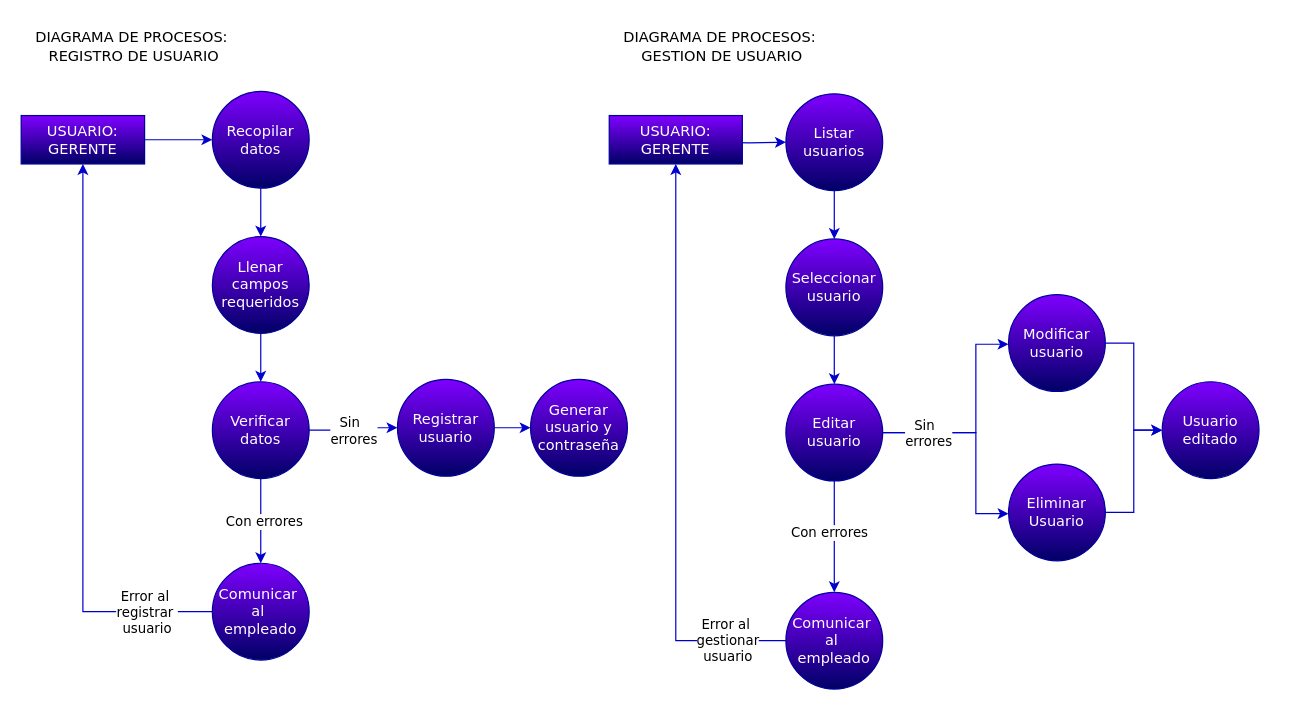
The draw.io diagram page "REGISTRAR USUARIO" (2 of 6) of diagrama de procesos/Diagrama de procesos.drawio in DevMaik-Droid/SistemaVentas, before the edit. Source tidied: cells renumbered, new cells numbered last; positions are measured from the earlier drawing's top-left corner, leaving out a move shared by most shapes. Both pictures are drawn from the tidied source at 121%, with x=0, y=0 at pixel (21, 21).
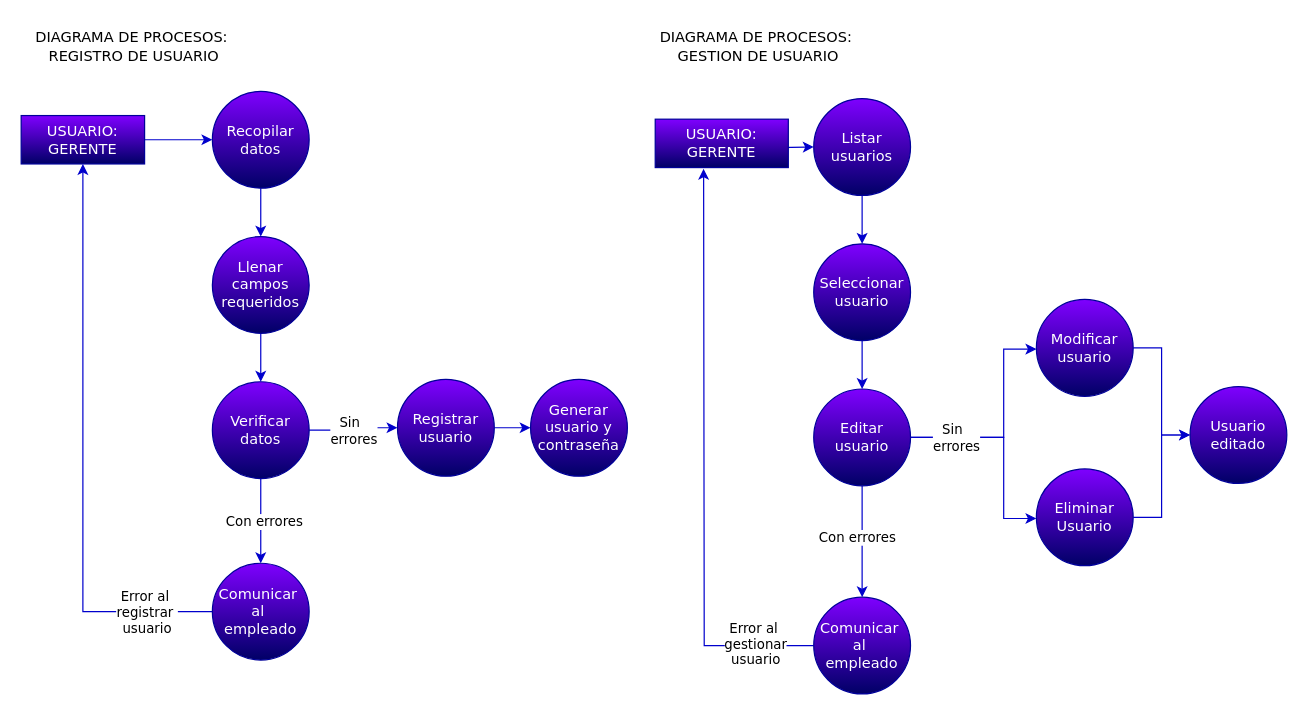
After the change.

What changed in the source:
```diff
@@
     <mxCell id="20" value="DIAGRAMA DE PROCESOS:&amp;nbsp;&lt;div&gt;&lt;span style=&quot;background-color: initial;&quot;&gt;GESTION DE USUARIO&lt;/span&gt;&lt;/div&gt;" style="text;html=1;align=center;verticalAlign=middle;strokeColor=none;fillColor=none;fontFamily=Verdana;fontColor=#000000;" parent="1" vertex="1">
-      <mxGeometry x="486" width="186" height="41" as="geometry" />
+      <mxGeometry x="516" width="186" height="41" as="geometry" />
     </mxCell>
     <mxCell id="21" style="edgeStyle=orthogonalEdgeStyle;rounded=0;jettySize=auto;html=1;fontFamily=Verdana;strokeColor=#0000CC;" parent="1" edge="1" target="24">
       <mxGeometry relative="1" as="geometry">
-        <mxPoint x="570" y="100" as="sourcePoint" />
+        <mxPoint x="593" y="104" as="sourcePoint" />
       </mxGeometry>
     </mxCell>
     <mxCell id="22" value="USUARIO:&lt;div&gt;GERENTE&lt;/div&gt;" style="whiteSpace=wrap;html=1;fillColor=#7F00FF;fontColor=#ffffff;strokeColor=#000099;fontFamily=Verdana;gradientColor=#000066;" parent="1" vertex="1">
-      <mxGeometry x="486" y="78" width="110" height="40" as="geometry" />
+      <mxGeometry x="524" y="81" width="110" height="40" as="geometry" />
     </mxCell>
@@
     <mxCell id="24" value="Listar&lt;div&gt;usuarios&lt;/div&gt;" style="ellipse;whiteSpace=wrap;html=1;fillColor=#7F00FF;fontColor=#ffffff;strokeColor=#000099;fontFamily=Verdana;gradientColor=#000066;" parent="1" vertex="1">
-      <mxGeometry x="632" y="60" width="80" height="80" as="geometry" />
+      <mxGeometry x="655" y="64" width="80" height="80" as="geometry" />
     </mxCell>
@@
     <mxCell id="27" style="edgeStyle=orthogonalEdgeStyle;rounded=0;jettySize=auto;html=1;fontFamily=Verdana;strokeColor=#0000CC;" parent="1" edge="1" source="30" target="35">
       <mxGeometry relative="1" as="geometry">
         <Array as="points">
-          <mxPoint x="789" y="340" />
-          <mxPoint x="789" y="267" />
+          <mxPoint x="812" y="344" />
+          <mxPoint x="812" y="271" />
         </Array>
       </mxGeometry>
     </mxCell>
     <mxCell id="28" style="edgeStyle=orthogonalEdgeStyle;rounded=0;jettySize=auto;html=1;fontFamily=Verdana;strokeColor=#0000CC;" parent="1" edge="1" source="30" target="39">
       <mxGeometry relative="1" as="geometry">
         <Array as="points">
-          <mxPoint x="789" y="340" />
-          <mxPoint x="789" y="407" />
+          <mxPoint x="812" y="344" />
+          <mxPoint x="812" y="411" />
         </Array>
       </mxGeometry>
     </mxCell>
@@
     <mxCell id="30" value="Editar usuario" style="ellipse;whiteSpace=wrap;html=1;fillColor=#7F00FF;fontColor=#ffffff;strokeColor=#000099;fontFamily=Verdana;gradientColor=#000066;" parent="1" vertex="1">
-      <mxGeometry x="632" y="300" width="80" height="80" as="geometry" />
+      <mxGeometry x="655" y="304" width="80" height="80" as="geometry" />
     </mxCell>
-    <mxCell id="31" style="edgeStyle=orthogonalEdgeStyle;rounded=0;jettySize=auto;html=1;exitX=0;exitY=0.5;exitDx=0;exitDy=0;entryX=0.5;entryY=1;entryDx=0;entryDy=0;fontFamily=Verdana;strokeColor=#0000CC;" parent="1" edge="1" source="33" target="22">
-      <mxGeometry relative="1" as="geometry" />
+    <mxCell id="31" style="edgeStyle=orthogonalEdgeStyle;rounded=0;jettySize=auto;html=1;exitX=0;exitY=0.5;exitDx=0;exitDy=0;entryX=0.5;entryY=1;entryDx=0;entryDy=0;fontFamily=Verdana;strokeColor=#0000CC;" parent="1" edge="1" source="33">
+      <mxGeometry relative="1" as="geometry">
+        <mxPoint x="564" y="122" as="targetPoint" />
+      </mxGeometry>
     </mxCell>
@@
     <mxCell id="33" value="Comunicar&amp;nbsp;&lt;div&gt;al&amp;nbsp; empleado&lt;/div&gt;" style="ellipse;whiteSpace=wrap;html=1;fillColor=#7F00FF;fontColor=#ffffff;strokeColor=#000099;fontFamily=Verdana;gradientColor=#000066;" parent="1" vertex="1">
-      <mxGeometry x="632" y="472" width="80" height="80" as="geometry" />
+      <mxGeometry x="655" y="476" width="80" height="80" as="geometry" />
     </mxCell>
@@
     <mxCell id="35" value="&lt;div&gt;Modificar&lt;/div&gt;&lt;div&gt;usuario&lt;/div&gt;" style="ellipse;whiteSpace=wrap;html=1;fillColor=#7F00FF;fontColor=#ffffff;strokeColor=#000099;fontFamily=Verdana;gradientColor=#000066;" parent="1" vertex="1">
-      <mxGeometry x="816" y="226" width="80" height="80" as="geometry" />
+      <mxGeometry x="839" y="230" width="80" height="80" as="geometry" />
     </mxCell>
@@
     <mxCell id="37" value="&lt;div&gt;Seleccionar&lt;/div&gt;&lt;div&gt;usuario&lt;/div&gt;" style="ellipse;whiteSpace=wrap;html=1;fillColor=#7F00FF;fontColor=#ffffff;strokeColor=#000099;fontFamily=Verdana;gradientColor=#000066;" parent="1" vertex="1">
-      <mxGeometry x="632" y="180" width="80" height="80" as="geometry" />
+      <mxGeometry x="655" y="184" width="80" height="80" as="geometry" />
     </mxCell>
@@
     <mxCell id="39" value="Eliminar&lt;div&gt;Usuario&lt;/div&gt;" style="ellipse;whiteSpace=wrap;html=1;fillColor=#7F00FF;fontColor=#ffffff;strokeColor=#000099;fontFamily=Verdana;gradientColor=#000066;" parent="1" vertex="1">
-      <mxGeometry x="816" y="366" width="80" height="80" as="geometry" />
+      <mxGeometry x="839" y="370" width="80" height="80" as="geometry" />
     </mxCell>
     <mxCell id="40" value="Usuario&lt;div&gt;editado&lt;/div&gt;" style="ellipse;whiteSpace=wrap;html=1;fillColor=#7F00FF;fontColor=#ffffff;strokeColor=#000099;fontFamily=Verdana;gradientColor=#000066;" parent="1" vertex="1">
-      <mxGeometry x="943" y="298" width="80" height="80" as="geometry" />
+      <mxGeometry x="966" y="302" width="80" height="80" as="geometry" />
     </mxCell>
```
